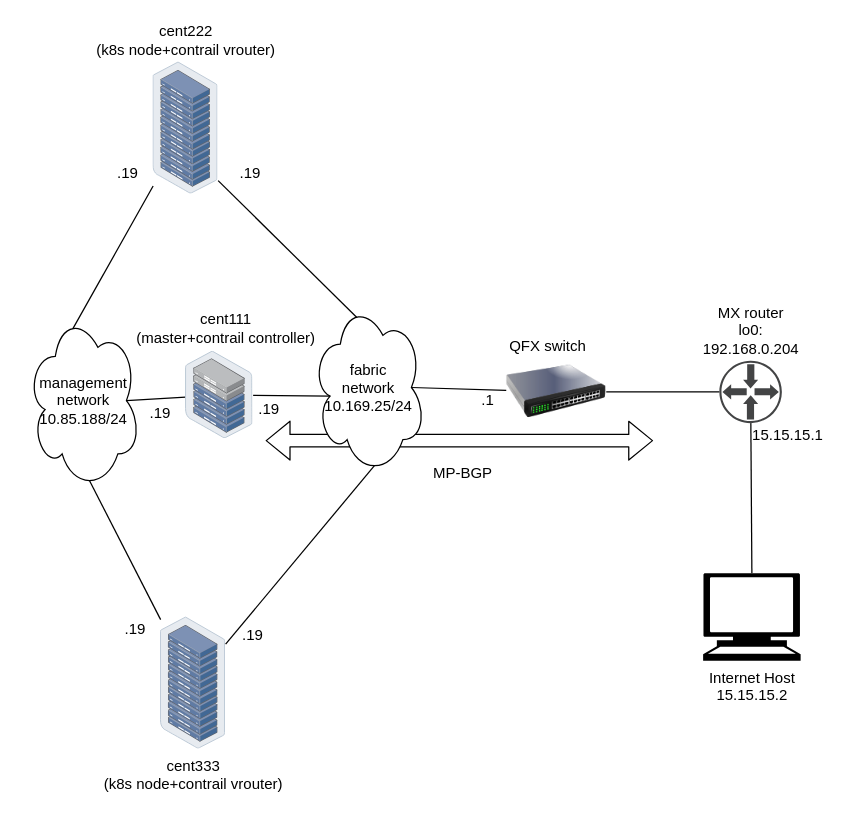
Earlier version of the draw.io diagram diagrams/drawio/testbed-fabric.drawio (pinggit/kubernetes-contrail-day-one). Source tidied: cells renumbered, new cells numbered last; positions are measured from the earlier drawing's top-left corner, leaving out a move shared by most shapes. Both pictures are drawn from the tidied source at 125%, with x=0, y=0 at pixel (26, 61).
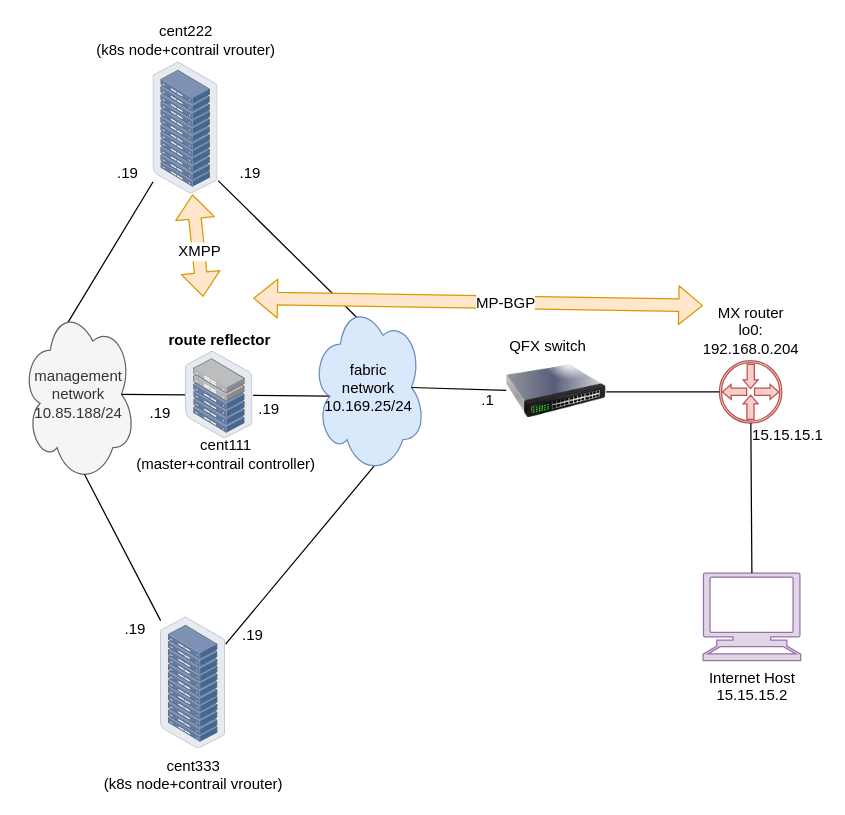
After the change.

Commit message (it also covers changes not shown here):
ch2: FIP update: more diagrams

Unchanged cells that the change refers to:
```xml
<mxCell id="19" value="cent222&lt;br&gt;(k8s node+contrail vrouter)" style="points=[];html=1;align=center;shadow=0;dashed=0;image;image=img/lib/allied_telesis/storage/Datacenter_Server_Rack.svg;labelPosition=center;verticalLabelPosition=top;verticalAlign=bottom;" parent="1" vertex="1">
  <mxGeometry x="101" width="52" height="106" as="geometry" />
</mxCell>
```

Change to the diagram source:
```diff
@@
-    <mxCell id="2" value="MX router&lt;br&gt;lo0:&lt;br&gt;192.168.0.204&lt;br&gt;" style="shadow=0;dashed=0;html=1;strokeColor=none;fillColor=#434445;labelPosition=center;verticalLabelPosition=top;verticalAlign=bottom;align=center;outlineConnect=0;shape=mxgraph.vvd.physical_upstream_router;direction=south;" parent="1" vertex="1">
+    <mxCell id="2" value="MX router&lt;br&gt;lo0:&lt;br&gt;192.168.0.204&lt;br&gt;" style="shadow=0;dashed=0;html=1;strokeColor=#b85450;fillColor=#f8cecc;labelPosition=center;verticalLabelPosition=top;verticalAlign=bottom;align=center;outlineConnect=0;shape=mxgraph.vvd.physical_upstream_router;direction=south;" parent="1" vertex="1">
       <mxGeometry x="554" y="239" width="50" height="50" as="geometry" />
     </mxCell>
@@
-    <mxCell id="4" value="Internet Host&lt;br&gt;15.15.15.2" style="shape=mxgraph.signs.tech.computer;html=1;fillColor=#000000;strokeColor=none;verticalLabelPosition=bottom;verticalAlign=top;align=center;" parent="1" vertex="1">
+    <mxCell id="4" value="Internet Host&lt;br&gt;15.15.15.2" style="shape=mxgraph.signs.tech.computer;html=1;fillColor=#e1d5e7;strokeColor=#9673a6;verticalLabelPosition=bottom;verticalAlign=top;align=center;" parent="1" vertex="1">
       <mxGeometry x="541" y="409" width="78" height="70" as="geometry" />
     </mxCell>
@@
-    <mxCell id="6" value="management&lt;br&gt;network&lt;br&gt;10.85.188/24" style="ellipse;shape=cloud;whiteSpace=wrap;html=1;" parent="1" vertex="1">
-      <mxGeometry y="200" width="91" height="142" as="geometry" />
+    <mxCell id="6" value="management&lt;br&gt;network&lt;br&gt;10.85.188/24" style="ellipse;shape=cloud;whiteSpace=wrap;html=1;fillColor=#f5f5f5;strokeColor=#666666;fontColor=#333333;" parent="1" vertex="1">
+      <mxGeometry x="-4" y="195" width="91" height="142" as="geometry" />
     </mxCell>
@@
-    <mxCell id="17" style="shape=flexArrow;endArrow=classic;startArrow=classic;html=1;fillColor=#ffffff;" parent="1" edge="1">
+    <mxCell id="17" style="shape=flexArrow;endArrow=classic;startArrow=classic;html=1;fillColor=#ffe6cc;strokeColor=#d79b00;" parent="1" edge="1">
       <mxGeometry relative="1" as="geometry">
-        <mxPoint x="191" y="303" as="sourcePoint" />
-        <mxPoint x="501" y="303" as="targetPoint" />
+        <mxPoint x="181" y="189" as="sourcePoint" />
+        <mxPoint x="541" y="195" as="targetPoint" />
       </mxGeometry>
     </mxCell>
-    <mxCell id="18" value="MP-BGP" style="text;html=1;strokeColor=none;fillColor=none;align=center;verticalAlign=middle;whiteSpace=wrap;rounded=0;" parent="1" vertex="1">
-      <mxGeometry x="319" y="319" width="60" height="20" as="geometry" />
+    <mxCell id="18" value="MP-BGP" style="text;html=1;align=center;verticalAlign=middle;labelBackgroundColor=#ffffff;" parent="17" vertex="1">
+      <mxGeometry x="0.12" relative="1" as="geometry" />
     </mxCell>
@@
-    <mxCell id="21" style="points=[];html=1;align=center;shadow=0;dashed=0;image;image=img/lib/allied_telesis/storage/Datacenter_Server_Half_Rack_ToR.svg;" parent="1" vertex="1">
+    <mxCell id="21" value="&lt;b&gt;route reflector&lt;/b&gt;" style="points=[];html=1;align=center;shadow=0;dashed=0;image;image=img/lib/allied_telesis/storage/Datacenter_Server_Half_Rack_ToR.svg;labelPosition=center;verticalLabelPosition=top;verticalAlign=bottom;" parent="1" vertex="1">
       <mxGeometry x="127" y="231.5" width="54" height="70" as="geometry" />
     </mxCell>
-    <mxCell id="22" value="fabric&lt;br&gt;network&lt;br&gt;10.169.25/24&lt;br&gt;" style="ellipse;shape=cloud;whiteSpace=wrap;html=1;" parent="1" vertex="1">
+    <mxCell id="22" value="fabric&lt;br&gt;network&lt;br&gt;10.169.25/24&lt;br&gt;" style="ellipse;shape=cloud;whiteSpace=wrap;html=1;fillColor=#dae8fc;strokeColor=#6c8ebf;" parent="1" vertex="1">
       <mxGeometry x="228" y="191" width="91" height="139" as="geometry" />
     </mxCell>
@@
     <mxCell id="25" value="cent111&lt;br&gt;(master+contrail controller)&lt;br&gt;" style="text;html=1;strokeColor=none;fillColor=none;align=center;verticalAlign=middle;whiteSpace=wrap;rounded=0;" parent="1" vertex="1">
-      <mxGeometry x="48.5" y="203" width="221" height="20" as="geometry" />
+      <mxGeometry x="48.5" y="304" width="221" height="20" as="geometry" />
     </mxCell>
@@
+    <mxCell id="31" style="shape=flexArrow;endArrow=classic;startArrow=classic;html=1;fillColor=#ffe6cc;strokeColor=#d79b00;" parent="1" edge="1" source="19">
+      <mxGeometry relative="1" as="geometry">
+        <mxPoint x="141" y="188" as="targetPoint" />
+      </mxGeometry>
+    </mxCell>
+    <mxCell id="32" value="XMPP" style="text;html=1;align=center;verticalAlign=middle;labelBackgroundColor=#ffffff;" parent="31" vertex="1">
+      <mxGeometry x="0.12" relative="1" as="geometry" />
+    </mxCell>
```
